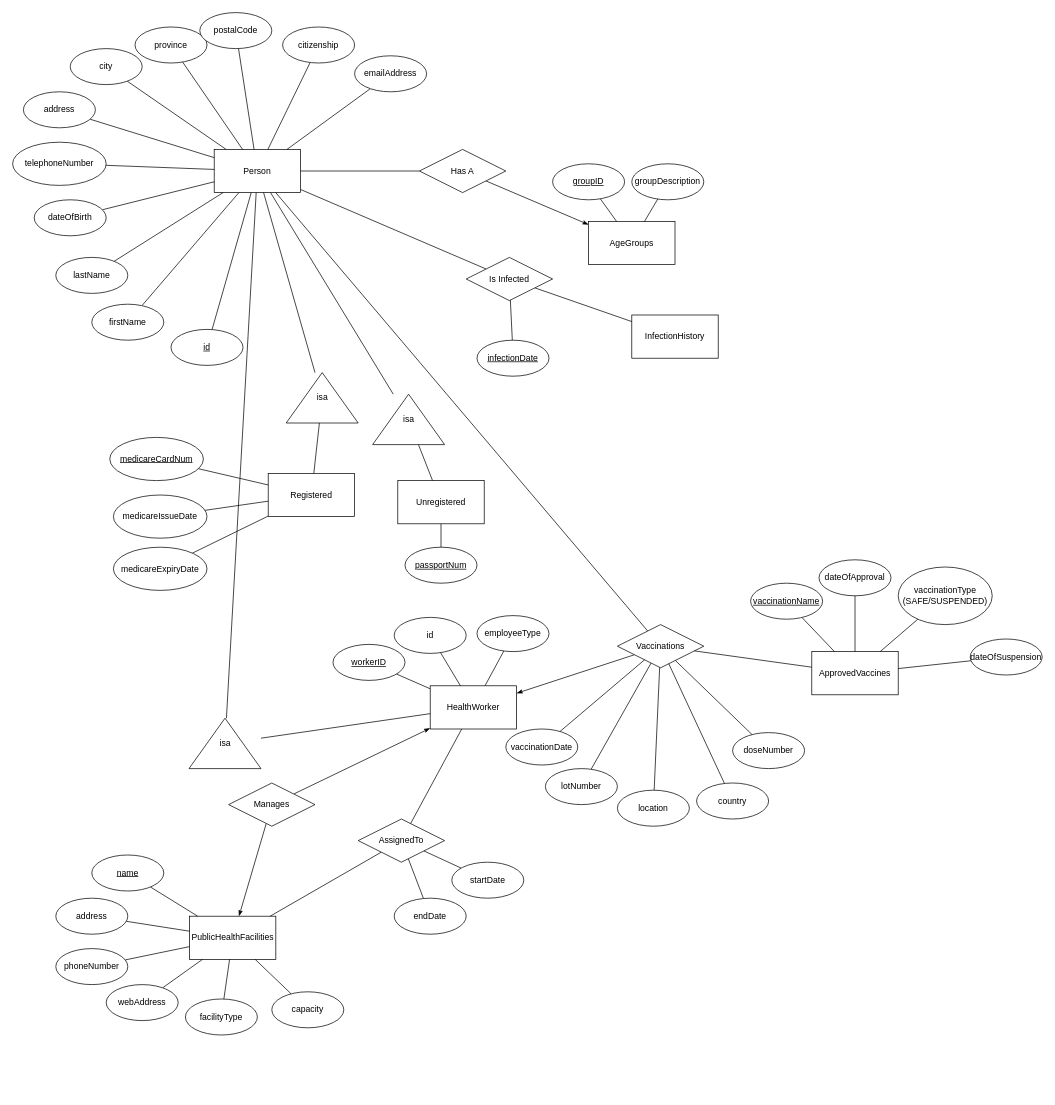
The draw.io diagram Diagram/E-R Model.drawio in sobhan-m/comp353-warmup-project, before the edit. Source tidied: cells renumbered, new cells numbered last; positions are measured from the earlier drawing's top-left corner, leaving out a move shared by most shapes. Both pictures are drawn from the tidied source at 72%, with x=0, y=0 at pixel (12, 12).
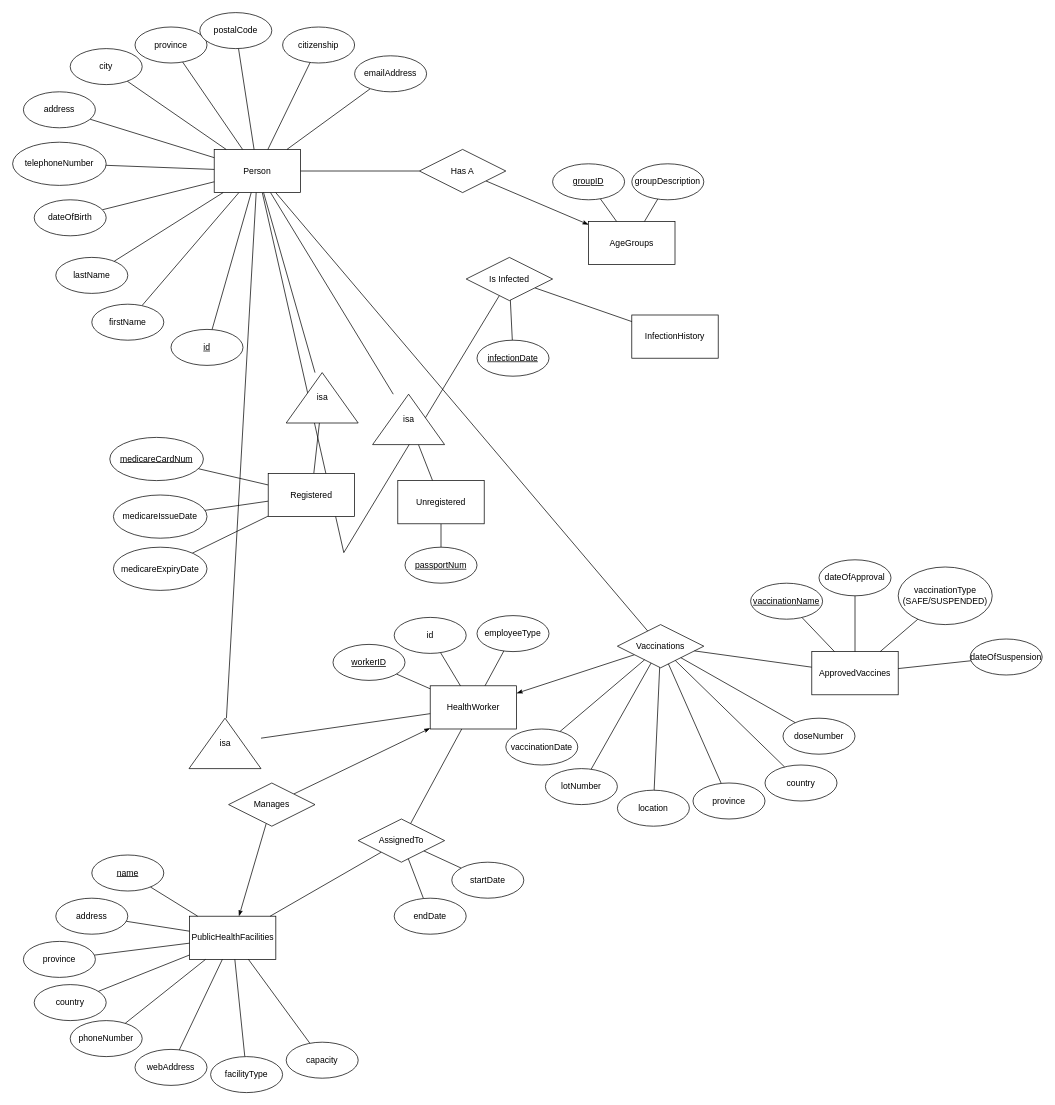
Above is the later version.

Commit message (it also covers changes not shown here):
Added Provinces To The Correct Diagram

Unchanged cells that the change refers to:
```xml
<mxCell id="3" value="Person" style="rounded=0;whiteSpace=wrap;html=1;" parent="1" vertex="1">
  <mxGeometry x="280" y="190" width="120" height="60" as="geometry" />
</mxCell>
<mxCell id="43" value="PublicHealthFacilities" style="rounded=0;whiteSpace=wrap;html=1;" parent="1" vertex="1">
  <mxGeometry x="245.6" y="1255" width="120" height="60" as="geometry" />
</mxCell>
<mxCell id="69" value="Vaccinations" style="shape=rhombus;perimeter=rhombusPerimeter;whiteSpace=wrap;html=1;align=center;" parent="1" vertex="1">
  <mxGeometry x="840" y="850" width="120" height="60" as="geometry" />
</mxCell>
<mxCell id="105" value="Is Infected" style="shape=rhombus;perimeter=rhombusPerimeter;whiteSpace=wrap;html=1;align=center;" parent="1" vertex="1">
  <mxGeometry x="630" y="340" width="120" height="60" as="geometry" />
</mxCell>
```

What changed in the source:
```diff
@@
     <mxCell id="2" style="rounded=0;jettySize=auto;html=1;endArrow=none;endFill=0;" parent="1" edge="1" source="3" target="105">
-      <mxGeometry relative="1" as="geometry" />
+      <mxGeometry relative="1" as="geometry">
+        <Array as="points">
+          <mxPoint x="460" y="750" />
+        </Array>
+      </mxGeometry>
     </mxCell>
@@
     <mxCell id="49" value="phoneNumber" style="ellipse;whiteSpace=wrap;html=1;" parent="1" vertex="1">
-      <mxGeometry x="60" y="1300" width="100" height="50" as="geometry" />
+      <mxGeometry x="80" y="1400" width="100" height="50" as="geometry" />
     </mxCell>
@@
     <mxCell id="51" value="webAddress" style="ellipse;whiteSpace=wrap;html=1;" parent="1" vertex="1">
-      <mxGeometry x="130" y="1350" width="100" height="50" as="geometry" />
+      <mxGeometry x="170" y="1440" width="100" height="50" as="geometry" />
     </mxCell>
@@
     <mxCell id="53" value="facilityType" style="ellipse;whiteSpace=wrap;html=1;" parent="1" vertex="1">
-      <mxGeometry x="240" y="1370" width="100" height="50" as="geometry" />
+      <mxGeometry x="275" y="1450" width="100" height="50" as="geometry" />
     </mxCell>
@@
     <mxCell id="55" value="capacity" style="ellipse;whiteSpace=wrap;html=1;" parent="1" vertex="1">
-      <mxGeometry x="360" y="1360" width="100" height="50" as="geometry" />
+      <mxGeometry x="380" y="1430" width="100" height="50" as="geometry" />
     </mxCell>
@@
     <mxCell id="73" value="doseNumber" style="ellipse;whiteSpace=wrap;html=1;" parent="1" vertex="1">
-      <mxGeometry x="1000" y="1000" width="100" height="50" as="geometry" />
+      <mxGeometry x="1070" y="980" width="100" height="50" as="geometry" />
     </mxCell>
@@
     <mxCell id="78" value="country" style="ellipse;whiteSpace=wrap;html=1;" parent="1" vertex="1">
-      <mxGeometry x="950" y="1070" width="100" height="50" as="geometry" />
+      <mxGeometry x="1045" y="1045" width="100" height="50" as="geometry" />
     </mxCell>
@@
+    <mxCell id="111" style="rounded=0;jettySize=auto;html=1;endArrow=none;endFill=0;" parent="1" edge="1" source="112" target="43">
+      <mxGeometry relative="1" as="geometry" />
+    </mxCell>
+    <mxCell id="112" value="province" style="ellipse;whiteSpace=wrap;html=1;" parent="1" vertex="1">
+      <mxGeometry x="15" y="1290" width="100" height="50" as="geometry" />
+    </mxCell>
+    <mxCell id="113" style="edgeStyle=none;rounded=0;jettySize=auto;html=1;endArrow=none;endFill=0;" parent="1" edge="1" source="114" target="43">
+      <mxGeometry relative="1" as="geometry" />
+    </mxCell>
+    <mxCell id="114" value="country" style="ellipse;whiteSpace=wrap;html=1;" parent="1" vertex="1">
+      <mxGeometry x="30" y="1350" width="100" height="50" as="geometry" />
+    </mxCell>
+    <mxCell id="115" style="edgeStyle=none;rounded=0;jettySize=auto;html=1;endArrow=none;endFill=0;" parent="1" edge="1" source="116" target="69">
+      <mxGeometry relative="1" as="geometry" />
+    </mxCell>
+    <mxCell id="116" value="province" style="ellipse;whiteSpace=wrap;html=1;" parent="1" vertex="1">
+      <mxGeometry x="945" y="1070" width="100" height="50" as="geometry" />
+    </mxCell>
```
